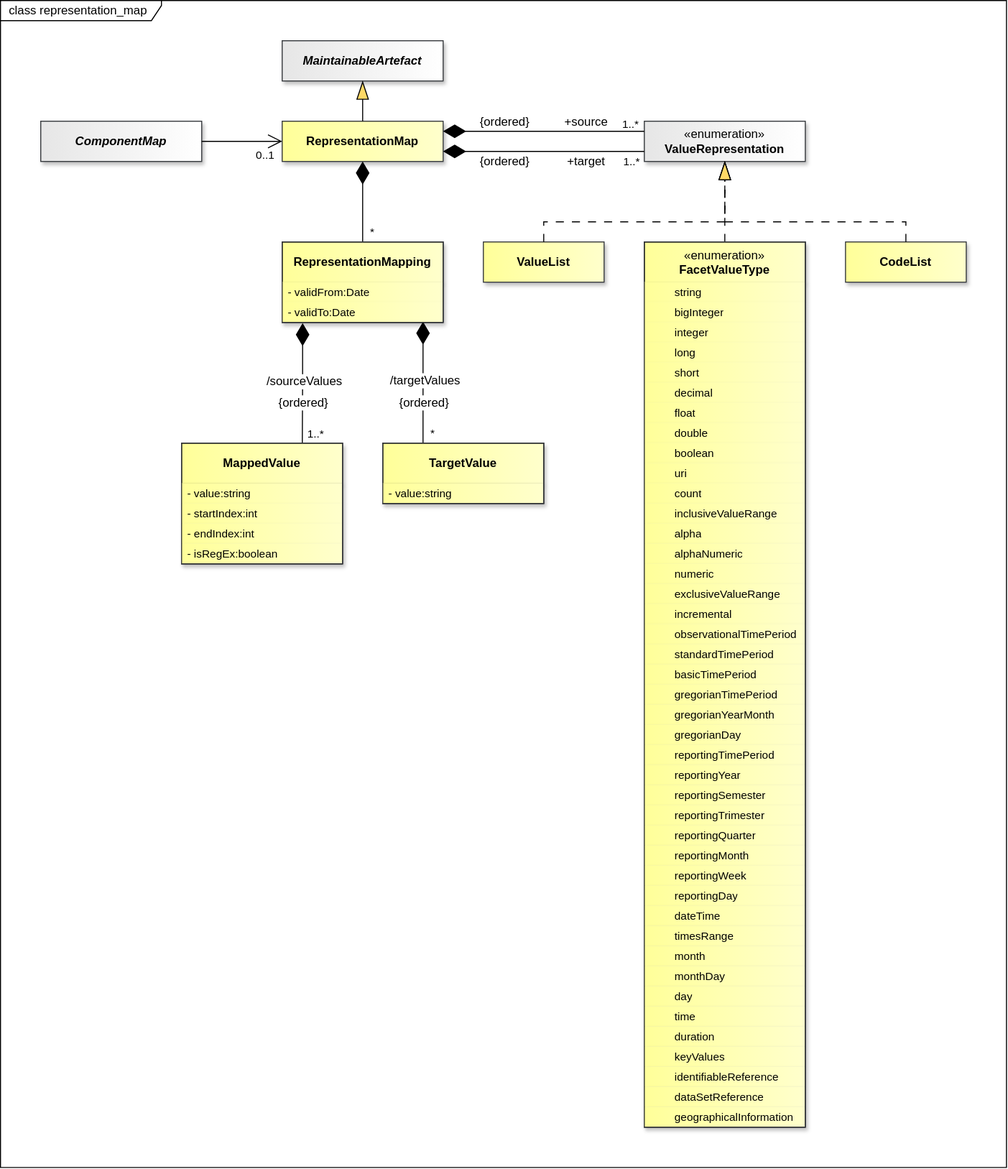
This is docs/information_model/media/sdmx_mapping-representationmap.svg from sdmx-twg/sdmx-im, a draw.io export, as it was before one commit. Source tidied: cells renumbered, new cells last; positions are measured from the earlier drawing's top-left corner, leaving out a move shared by most shapes.
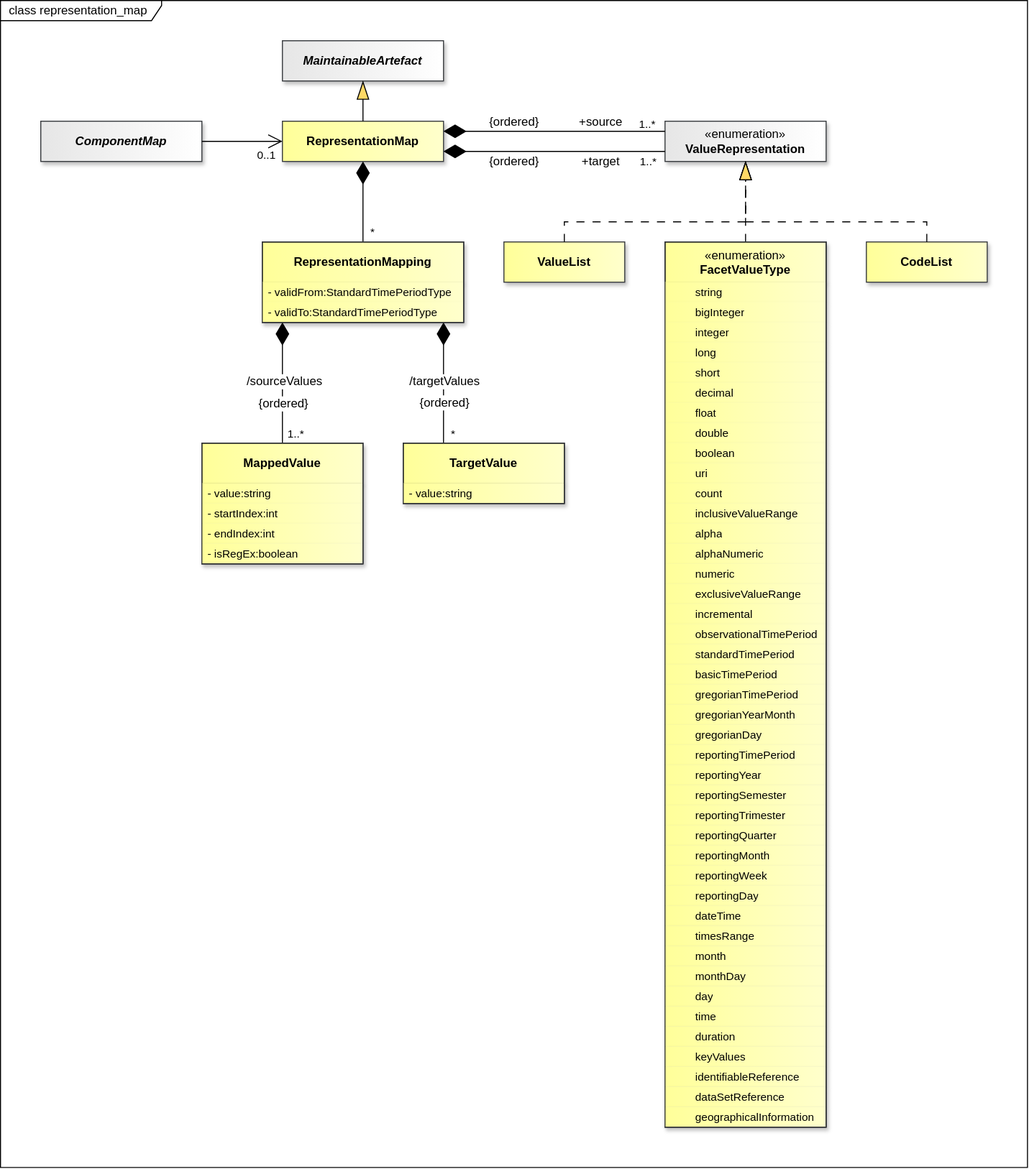
After the change.

Commit message:
https://github.com/sdmx-twg/sdmx-im/issues/40

Diff of the diagram source:
```diff
@@ -282,28 +282,28 @@
       <mxGeometry relative="1" as="geometry" />
     </mxCell>
     <mxCell id="95" value="&amp;nbsp; class representation_map" style="shape=umlFrame;whiteSpace=wrap;html=1;fillColor=light-dark(#FFFFFF,#121212);swimlaneFillColor=light-dark(#FFFFFF,#121212);width=160;height=20;align=left;" parent="1" vertex="1">
-      <mxGeometry width="1000" height="1160" as="geometry" />
+      <mxGeometry x="-20" width="1020" height="1160" as="geometry" />
     </mxCell>
     <mxCell id="96" value="MaintainableArtefact" style="whiteSpace=wrap;html=1;verticalAlign=middle;gradientDirection=east;imageVerticalAlign=top;fontStyle=3;fillColor=light-dark(#E6E6E6,#E6E6E6);strokeColor=#36393d;fontColor=light-dark(#000000,#000000);gradientColor=light-dark(#FFFFFF,#FFFFFF);shadow=1;" parent="1" vertex="1">
-      <mxGeometry x="280" y="40" width="160" height="40" as="geometry" />
+      <mxGeometry x="260" y="40" width="160" height="40" as="geometry" />
     </mxCell>
     <mxCell id="97" value="RepresentationMap" style="whiteSpace=wrap;html=1;verticalAlign=middle;gradientDirection=east;imageVerticalAlign=top;fontStyle=1;fillColor=light-dark(#FFFF99,#FFFF99);strokeColor=#36393d;fontColor=light-dark(#000000,#000000);gradientColor=light-dark(#FFFFCC,#FFFFCC);shadow=1;" parent="1" vertex="1">
-      <mxGeometry x="280" y="120" width="160" height="40" as="geometry" />
+      <mxGeometry x="260" y="120" width="160" height="40" as="geometry" />
     </mxCell>
     <mxCell id="98" value="ComponentMap" style="whiteSpace=wrap;html=1;verticalAlign=middle;gradientDirection=east;imageVerticalAlign=top;fontStyle=3;fillColor=light-dark(#E6E6E6,#E6E6E6);strokeColor=#36393d;fontColor=light-dark(#000000,#000000);gradientColor=light-dark(#FFFFFF,#FFFFFF);shadow=1;" parent="1" vertex="1">
-      <mxGeometry x="40" y="120" width="160" height="40" as="geometry" />
+      <mxGeometry x="20" y="120" width="160" height="40" as="geometry" />
     </mxCell>
     <mxCell id="99" value="&lt;span style=&quot;font-style: normal; font-weight: normal;&quot;&gt;«enumeration»&lt;/span&gt;&lt;br style=&quot;font-style: normal;&quot;&gt;&lt;span style=&quot;font-style: normal;&quot;&gt;ValueRepresentation&lt;/span&gt;" style="whiteSpace=wrap;html=1;verticalAlign=middle;gradientDirection=east;imageVerticalAlign=top;fontStyle=3;fillColor=light-dark(#E6E6E6,#E6E6E6);strokeColor=#36393d;fontColor=light-dark(#000000,#000000);gradientColor=light-dark(#FFFFFF,#FFFFFF);shadow=1;" parent="1" vertex="1">
       <mxGeometry x="640" y="120" width="160" height="40" as="geometry" />
     </mxCell>
     <mxCell id="100" value="RepresentationMapping" style="swimlane;fontStyle=1;align=center;verticalAlign=middle;horizontal=1;startSize=40;whiteSpace=wrap;html=1;fillColor=light-dark(#FFFF99,#FFFF99);strokeColor=light-dark(#000000,#000000);gradientDirection=east;swimlaneLine=1;fontColor=light-dark(#000000,#000000);labelBackgroundColor=none;textShadow=0;gradientColor=light-dark(#FFFFCC,#FFFFCC);shadow=1;" parent="1" vertex="1">
-      <mxGeometry x="280" y="240" width="160" height="80" as="geometry" />
+      <mxGeometry x="240" y="240" width="200" height="80" as="geometry" />
     </mxCell>
-    <mxCell id="101" value="- validFrom:Date" style="text;strokeColor=none;fillColor=light-dark(#FFFF99,#FFFF99);align=left;verticalAlign=middle;spacingLeft=4;spacingRight=4;overflow=hidden;whiteSpace=wrap;html=1;fontFamily=Helvetica;fontSize=11;fontColor=light-dark(#000000,#000000);gradientColor=light-dark(#FFFFCC,#FFFFCC);gradientDirection=east;shadow=1;" parent="100" vertex="1">
-      <mxGeometry y="40" width="160" height="20" as="geometry" />
+    <mxCell id="101" value="- validFrom:StandardTimePeriodType" style="text;strokeColor=none;fillColor=light-dark(#FFFF99,#FFFF99);align=left;verticalAlign=middle;spacingLeft=4;spacingRight=4;overflow=hidden;whiteSpace=wrap;html=1;fontFamily=Helvetica;fontSize=11;fontColor=light-dark(#000000,#000000);gradientColor=light-dark(#FFFFCC,#FFFFCC);gradientDirection=east;shadow=1;" parent="100" vertex="1">
+      <mxGeometry y="40" width="200" height="20" as="geometry" />
     </mxCell>
-    <mxCell id="102" value="- validTo:Date" style="text;strokeColor=none;fillColor=light-dark(#FFFF99,#FFFF99);align=left;verticalAlign=middle;spacingLeft=4;spacingRight=4;overflow=hidden;points=[[0,0.5],[1,0.5]];portConstraint=eastwest;whiteSpace=wrap;html=1;fontFamily=Helvetica;fontSize=11;fontColor=light-dark(#000000,#000000);gradientColor=light-dark(#FFFFCC,#FFFFCC);gradientDirection=east;shadow=1;" parent="100" vertex="1">
-      <mxGeometry y="60" width="160" height="20" as="geometry" />
+    <mxCell id="102" value="- validTo:StandardTimePeriodType" style="text;strokeColor=none;fillColor=light-dark(#FFFF99,#FFFF99);align=left;verticalAlign=middle;spacingLeft=4;spacingRight=4;overflow=hidden;points=[[0,0.5],[1,0.5]];portConstraint=eastwest;whiteSpace=wrap;html=1;fontFamily=Helvetica;fontSize=11;fontColor=light-dark(#000000,#000000);gradientColor=light-dark(#FFFFCC,#FFFFCC);gradientDirection=east;shadow=1;" parent="100" vertex="1">
+      <mxGeometry y="60" width="200" height="20" as="geometry" />
     </mxCell>
     <mxCell id="103" value="ValueList" style="whiteSpace=wrap;html=1;verticalAlign=middle;gradientDirection=east;imageVerticalAlign=top;fontStyle=1;fillColor=light-dark(#FFFF99,#FFFF99);strokeColor=#36393d;fontColor=light-dark(#000000,#000000);gradientColor=light-dark(#FFFFCC,#FFFFCC);shadow=1;" parent="1" vertex="1">
       <mxGeometry x="480" y="240" width="120" height="40" as="geometry" />
@@ -531,7 +531,7 @@
         <mxPoint y="10" as="offset" />
       </mxGeometry>
     </mxCell>
-    <mxCell id="169" style="endArrow=none;html=1;endSize=12;startArrow=diamondThin;startSize=20;startFill=1;edgeStyle=orthogonalEdgeStyle;rounded=0;endFill=0;strokeColor=light-dark(#000000,#FFFFFF);fontColor=light-dark(#000000,#FFFFFF);labelBackgroundColor=none;exitX=0.127;exitY=1.032;exitDx=0;exitDy=0;exitPerimeter=0;entryX=0.75;entryY=0;entryDx=0;entryDy=0;" parent="1" edge="1" source="102" target="148">
+    <mxCell id="169" style="endArrow=none;html=1;endSize=12;startArrow=diamondThin;startSize=20;startFill=1;rounded=0;endFill=0;strokeColor=light-dark(#000000,#FFFFFF);fontColor=light-dark(#000000,#FFFFFF);labelBackgroundColor=none;exitX=0.1;exitY=1;exitDx=0;exitDy=0;exitPerimeter=0;entryX=0.5;entryY=0;entryDx=0;entryDy=0;" parent="1" edge="1" source="102" target="148">
       <mxGeometry x="0.08" y="-28" relative="1" as="geometry">
         <mxPoint x="-1" as="offset" />
       </mxGeometry>
@@ -542,8 +542,8 @@
       </mxGeometry>
     </mxCell>
     <mxCell id="171" value="{ordered}" style="edgeLabel;html=1;align=center;verticalAlign=middle;fontSize=12;" parent="169" vertex="1">
-      <mxGeometry x="-0.32" y="1" relative="1" as="geometry">
-        <mxPoint x="-1" y="38" as="offset" />
+      <mxGeometry x="-0.17" y="1" relative="1" as="geometry">
+        <mxPoint x="-1" y="30" as="offset" />
       </mxGeometry>
     </mxCell>
     <mxCell id="172" value="/sourceValues" style="edgeLabel;html=1;align=center;verticalAlign=middle;fontSize=12;" parent="169" vertex="1">
@@ -551,7 +551,7 @@
         <mxPoint y="-9" as="offset" />
       </mxGeometry>
     </mxCell>
-    <mxCell id="173" style="endArrow=none;html=1;endSize=12;startArrow=diamondThin;startSize=20;startFill=1;edgeStyle=orthogonalEdgeStyle;rounded=0;endFill=0;strokeColor=light-dark(#000000,#FFFFFF);fontColor=light-dark(#000000,#FFFFFF);labelBackgroundColor=none;exitX=0.875;exitY=0.962;exitDx=0;exitDy=0;exitPerimeter=0;entryX=0.25;entryY=0;entryDx=0;entryDy=0;" parent="1" edge="1" source="102" target="153">
+    <mxCell id="173" style="endArrow=none;html=1;endSize=12;startArrow=diamondThin;startSize=20;startFill=1;rounded=0;endFill=0;strokeColor=light-dark(#000000,#FFFFFF);fontColor=light-dark(#000000,#FFFFFF);labelBackgroundColor=none;exitX=0.9;exitY=1;exitDx=0;exitDy=0;exitPerimeter=0;entryX=0.25;entryY=0;entryDx=0;entryDy=0;" parent="1" edge="1" source="102" target="153">
       <mxGeometry x="0.08" y="-28" relative="1" as="geometry">
         <mxPoint x="-1" as="offset" />
       </mxGeometry>
@@ -568,7 +568,7 @@
     </mxCell>
     <mxCell id="176" value="/targetValues" style="edgeLabel;html=1;align=center;verticalAlign=middle;fontSize=12;" parent="173" vertex="1">
       <mxGeometry x="0.11" y="1" relative="1" as="geometry">
-        <mxPoint y="-9" as="offset" />
+        <mxPoint x="-1" y="-9" as="offset" />
       </mxGeometry>
     </mxCell>
     <mxCell id="177" style="endArrow=none;html=1;endSize=12;startArrow=diamondThin;startSize=20;startFill=1;edgeStyle=orthogonalEdgeStyle;rounded=0;endFill=0;strokeColor=light-dark(#000000,#FFFFFF);fontColor=light-dark(#000000,#FFFFFF);labelBackgroundColor=none;exitX=0.5;exitY=1;exitDx=0;exitDy=0;entryX=0.5;entryY=0;entryDx=0;entryDy=0;" parent="1" edge="1" source="97" target="100">
@@ -582,7 +582,7 @@
       </mxGeometry>
     </mxCell>
     <mxCell id="179" style="rounded=0;whiteSpace=wrap;html=1;fillColor=none;strokeColor=#36393D;" parent="1" vertex="1">
-      <mxGeometry x="280" y="240" width="160" height="80" as="geometry" />
+      <mxGeometry x="240" y="240" width="200" height="80" as="geometry" />
     </mxCell>
     <mxCell id="180" style="rounded=0;whiteSpace=wrap;html=1;fillColor=none;strokeColor=#36393D;" parent="1" vertex="1">
       <mxGeometry x="640" y="240" width="160" height="880" as="geometry" />
```
